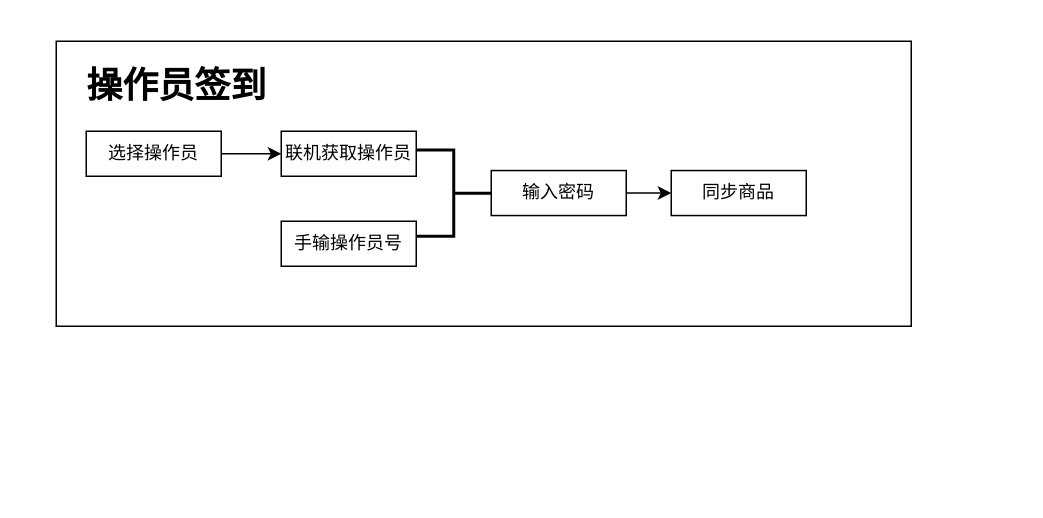
Above: Untitled Diagram.drawio in xin78693304/mycharts (draw.io), before the change. Source tidied: cells renumbered, new cells numbered last; positions are measured from the earlier drawing's top-left corner, leaving out a move shared by most shapes. Both pictures are drawn from the tidied source at 150%, with x=0, y=0 at pixel (56, 40).
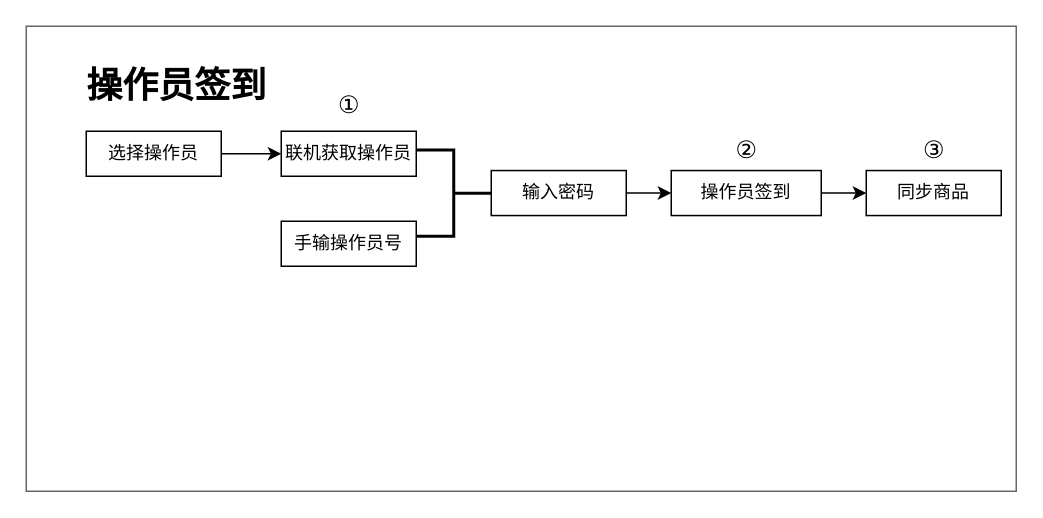
After the change.

The edit, as a diff of the source:
```diff
@@
 <mxGraphModel background="#ffffff">
   <root>
     <mxCell id="0" />
     <mxCell id="1" parent="0" />
+    <mxCell id="10" style="rounded=0;whiteSpace=wrap;html=1;fillColor=none;opacity=60;glass=0;" parent="1" vertex="1">
+      <mxGeometry x="-20" y="-10" width="660" height="310" as="geometry" />
+    </mxCell>
     <mxCell id="2" style="edgeStyle=orthogonalEdgeStyle;rounded=0;jettySize=auto;html=1;exitX=1;exitY=0.5;exitDx=0;exitDy=0;" parent="1" edge="1" source="3" target="5">
       <mxGeometry relative="1" as="geometry" />
     </mxCell>
     <mxCell id="3" value="选择操作员" style="rounded=0;whiteSpace=wrap;html=1;" parent="1" vertex="1">
       <mxGeometry x="20" y="60" width="90" height="30" as="geometry" />
     </mxCell>
     <mxCell id="4" value="手输操作员号" style="rounded=0;whiteSpace=wrap;html=1;" parent="1" vertex="1">
       <mxGeometry x="150" y="120" width="90" height="30" as="geometry" />
     </mxCell>
     <mxCell id="5" value="联机获取操作员" style="rounded=0;whiteSpace=wrap;html=1;" parent="1" vertex="1">
       <mxGeometry x="150" y="60" width="90" height="30" as="geometry" />
     </mxCell>
     <mxCell id="6" style="edgeStyle=orthogonalEdgeStyle;rounded=0;jettySize=auto;html=1;exitX=1;exitY=0.5;exitDx=0;exitDy=0;" parent="1" edge="1" source="7" target="8">
       <mxGeometry relative="1" as="geometry" />
     </mxCell>
     <mxCell id="7" value="输入密码" style="rounded=0;whiteSpace=wrap;html=1;" parent="1" vertex="1">
       <mxGeometry x="290" y="86.2" width="90" height="30" as="geometry" />
     </mxCell>
+    <mxCell id="12" style="edgeStyle=orthogonalEdgeStyle;rounded=0;jettySize=auto;html=1;exitX=1;exitY=0.5;exitDx=0;exitDy=0;" parent="1" edge="1" source="8" target="15">
+      <mxGeometry relative="1" as="geometry" />
+    </mxCell>
-    <mxCell id="8" value="同步商品" style="rounded=0;whiteSpace=wrap;html=1;" parent="1" vertex="1">
-      <mxGeometry x="410" y="86.2" width="90" height="30" as="geometry" />
+    <mxCell id="8" value="操作员签到" style="rounded=0;whiteSpace=wrap;html=1;" parent="1" vertex="1">
+      <mxGeometry x="410" y="86.2" width="100" height="30" as="geometry" />
     </mxCell>
     <mxCell id="9" style="strokeWidth=2;html=1;shape=mxgraph.flowchart.annotation_2;align=left;labelPosition=right;rotation=-180;" parent="1" vertex="1">
       <mxGeometry x="240" y="72.5" width="50" height="57.5" as="geometry" />
     </mxCell>
-    <mxCell id="10" style="rounded=0;whiteSpace=wrap;html=1;fillColor=none;" parent="1" vertex="1">
-      <mxGeometry width="570" height="190" as="geometry" />
-    </mxCell>
     <mxCell id="11" value="操作员签到" style="text;strokeColor=none;fillColor=none;html=1;fontSize=24;fontStyle=1;verticalAlign=middle;align=center;" parent="1" vertex="1">
       <mxGeometry x="30" y="10" width="100" height="40" as="geometry" />
     </mxCell>
+    <mxCell id="13" value="&lt;span style=&quot;font-weight: normal&quot;&gt;&lt;font style=&quot;font-size: 16px&quot;&gt;①&lt;/font&gt;&lt;/span&gt;" style="text;strokeColor=none;fillColor=none;html=1;fontSize=24;fontStyle=1;verticalAlign=middle;align=center;" parent="1" vertex="1">
+      <mxGeometry x="185" y="30" width="20" height="20" as="geometry" />
+    </mxCell>
+    <mxCell id="14" value="&lt;span style=&quot;font-weight: normal&quot;&gt;&lt;font style=&quot;font-size: 16px&quot;&gt;②&lt;/font&gt;&lt;/span&gt;" style="text;strokeColor=none;fillColor=none;html=1;fontSize=24;fontStyle=1;verticalAlign=middle;align=center;" parent="1" vertex="1">
+      <mxGeometry x="450" y="60" width="20" height="20" as="geometry" />
+    </mxCell>
+    <mxCell id="15" value="同步商品" style="rounded=0;whiteSpace=wrap;html=1;" parent="1" vertex="1">
+      <mxGeometry x="540" y="86.2" width="90" height="30" as="geometry" />
+    </mxCell>
+    <mxCell id="16" value="&lt;span style=&quot;font-weight: normal&quot;&gt;&lt;font style=&quot;font-size: 16px&quot;&gt;③&lt;/font&gt;&lt;/span&gt;" style="text;strokeColor=none;fillColor=none;html=1;fontSize=24;fontStyle=1;verticalAlign=middle;align=center;" parent="1" vertex="1">
+      <mxGeometry x="575" y="60" width="20" height="20" as="geometry" />
+    </mxCell>
   </root>
 </mxGraphModel>
```
